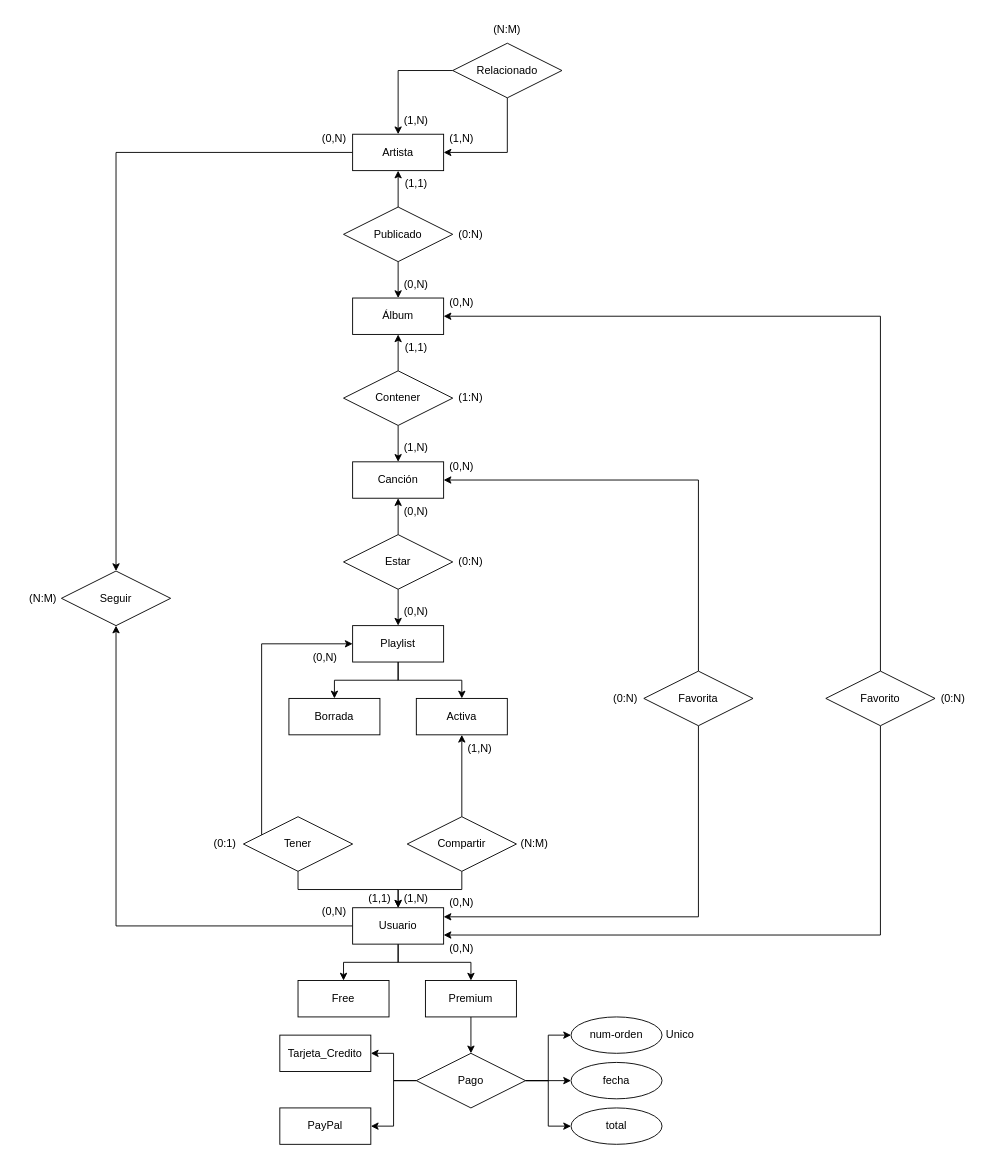
Above: Spotify2.drawio in miguelelinformatico/2025_26 (draw.io), before the change. Source tidied: cells renumbered, new cells numbered last; positions are measured from the earlier drawing's top-left corner, leaving out a move shared by most shapes. Both pictures are drawn from the tidied source at 91%, with x=0, y=0 at pixel (15, 15).
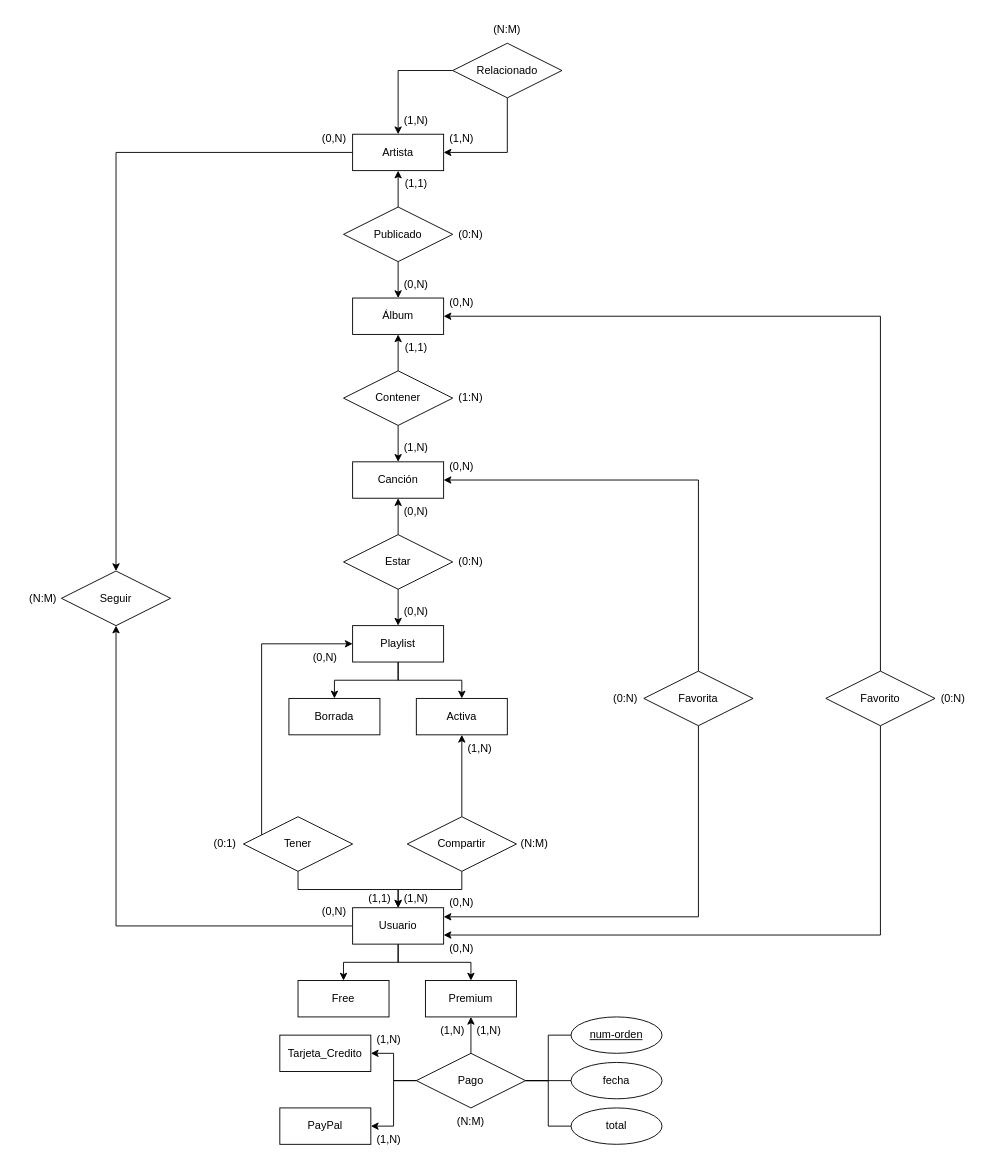
After the change.

The change refers to these unchanged cells:
```xml
<mxCell id="8" value="Premium" style="whiteSpace=wrap;html=1;align=center;" parent="1" vertex="1">
  <mxGeometry x="450" y="1060" width="100" height="40" as="geometry" />
</mxCell>
<mxCell id="23" value="Pago" style="shape=rhombus;perimeter=rhombusPerimeter;whiteSpace=wrap;html=1;align=center;" parent="1" vertex="1">
  <mxGeometry x="440" y="1140" width="120" height="60" as="geometry" />
</mxCell>
<mxCell id="49" value="fecha" style="ellipse;whiteSpace=wrap;html=1;align=center;" parent="1" vertex="1">
  <mxGeometry x="610" y="1150" width="100" height="40" as="geometry" />
</mxCell>
<mxCell id="51" value="total" style="ellipse;whiteSpace=wrap;html=1;align=center;" parent="1" vertex="1">
  <mxGeometry x="610" y="1200" width="100" height="40" as="geometry" />
</mxCell>
```

Diff of the diagram source:
```diff
@@
-    <mxCell id="7" style="edgeStyle=orthogonalEdgeStyle;rounded=0;jettySize=auto;html=1;" parent="1" edge="1" source="8" target="23">
-      <mxGeometry relative="1" as="geometry" />
-    </mxCell>
@@
-    <mxCell id="20" style="edgeStyle=orthogonalEdgeStyle;rounded=0;jettySize=auto;html=1;entryX=0;entryY=0.5;entryDx=0;entryDy=0;" parent="1" edge="1" source="23" target="50">
+    <mxCell id="20" style="edgeStyle=orthogonalEdgeStyle;rounded=0;jettySize=auto;html=1;entryX=0;entryY=0.5;entryDx=0;entryDy=0;endArrow=none;endFill=0;" parent="1" edge="1" source="23" target="50">
       <mxGeometry relative="1" as="geometry" />
     </mxCell>
-    <mxCell id="21" style="edgeStyle=orthogonalEdgeStyle;rounded=0;jettySize=auto;html=1;" parent="1" edge="1" source="23" target="49">
+    <mxCell id="21" style="edgeStyle=orthogonalEdgeStyle;rounded=0;jettySize=auto;html=1;endArrow=none;endFill=0;" parent="1" edge="1" source="23" target="49">
       <mxGeometry relative="1" as="geometry" />
     </mxCell>
-    <mxCell id="22" style="edgeStyle=orthogonalEdgeStyle;rounded=0;jettySize=auto;html=1;entryX=0;entryY=0.5;entryDx=0;entryDy=0;" parent="1" edge="1" source="23" target="51">
+    <mxCell id="22" style="edgeStyle=orthogonalEdgeStyle;rounded=0;jettySize=auto;html=1;entryX=0;entryY=0.5;entryDx=0;entryDy=0;endArrow=none;endFill=0;" parent="1" edge="1" source="23" target="51">
       <mxGeometry relative="1" as="geometry" />
     </mxCell>
@@
-    <mxCell id="50" value="num-orden" style="ellipse;whiteSpace=wrap;html=1;align=center;" parent="1" vertex="1">
+    <mxCell id="50" value="&lt;u&gt;num-orden&lt;/u&gt;" style="ellipse;whiteSpace=wrap;html=1;align=center;" parent="1" vertex="1">
       <mxGeometry x="610" y="1100" width="100" height="40" as="geometry" />
     </mxCell>
@@
-    <mxCell id="52" value="Unico" style="text;html=1;whiteSpace=wrap;strokeColor=none;fillColor=none;align=center;verticalAlign=middle;rounded=0;" parent="1" vertex="1">
-      <mxGeometry x="700" y="1105" width="60" height="30" as="geometry" />
-    </mxCell>
@@
+    <mxCell id="82" value="(1,N)" style="text;html=1;whiteSpace=wrap;strokeColor=none;fillColor=none;align=center;verticalAlign=middle;rounded=0;" parent="1" vertex="1">
+      <mxGeometry x="380" y="1110" width="60" height="30" as="geometry" />
+    </mxCell>
+    <mxCell id="83" style="edgeStyle=orthogonalEdgeStyle;rounded=0;jettySize=auto;html=1;entryX=0.5;entryY=1;entryDx=0;entryDy=0;" parent="1" edge="1" source="23" target="8">
+      <mxGeometry relative="1" as="geometry" />
+    </mxCell>
+    <mxCell id="84" value="(1,N)" style="text;html=1;whiteSpace=wrap;strokeColor=none;fillColor=none;align=center;verticalAlign=middle;rounded=0;" parent="1" vertex="1">
+      <mxGeometry x="450" y="1100" width="60" height="30" as="geometry" />
+    </mxCell>
+    <mxCell id="85" value="(1,N)" style="text;html=1;whiteSpace=wrap;strokeColor=none;fillColor=none;align=center;verticalAlign=middle;rounded=0;" parent="1" vertex="1">
+      <mxGeometry x="380" y="1220" width="60" height="30" as="geometry" />
+    </mxCell>
+    <mxCell id="86" value="(1,N)" style="text;html=1;whiteSpace=wrap;strokeColor=none;fillColor=none;align=center;verticalAlign=middle;rounded=0;" parent="1" vertex="1">
+      <mxGeometry x="490" y="1100" width="60" height="30" as="geometry" />
+    </mxCell>
+    <mxCell id="87" value="(N:M)" style="text;html=1;whiteSpace=wrap;strokeColor=none;fillColor=none;align=center;verticalAlign=middle;rounded=0;" parent="1" vertex="1">
+      <mxGeometry x="470" y="1200" width="60" height="30" as="geometry" />
+    </mxCell>
```
